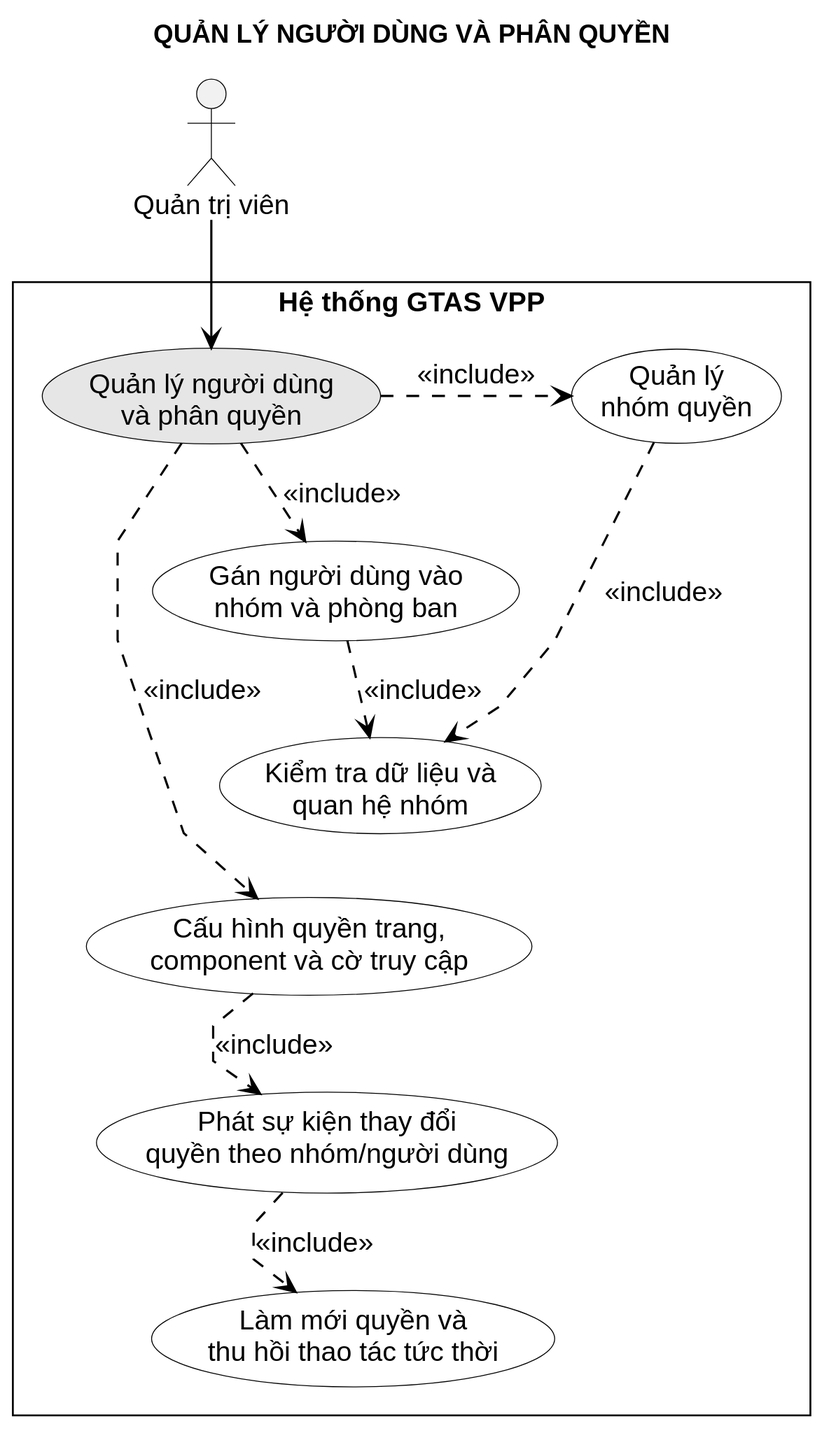
Above: LVTN/diagrams/ch03/use-case-manage-permissions.svg in Miikey24s/gtas_vpp (PlantUML), before the change. The source it was exported from:
```plantuml
@startuml
!include ../common/usecase-style.puml
title QUẢN LÝ NGƯỜI DÙNG VÀ PHÂN QUYỀN

actor "Quản trị viên" as Admin

rectangle "Hệ thống GTAS VPP" {
  usecase "Quản lý người dùng\nvà phân quyền" as Manage #E6E6E6
  usecase "Quản lý\nnhóm quyền" as Group
  usecase "Gán người dùng vào\nnhóm và phòng ban" as Assignment
  usecase "Cấu hình quyền trang,\ncomponent và cờ truy cập" as Permission
  usecase "Kiểm tra dữ liệu và\nquan hệ nhóm" as Validate
  usecase "Phát sự kiện thay đổi\nquyền theo nhóm/người dùng" as Notify
  usecase "Làm mới quyền và\nthu hồi thao tác tức thời" as Refresh

  Manage -[hidden]right- Group
  Manage .> Group : <<include>>
  Manage .> Assignment : <<include>>
  Manage .> Permission : <<include>>
  Group .> Validate : <<include>>
  Assignment .> Validate : <<include>>
  Permission .> Notify : <<include>>
  Notify .> Refresh : <<include>>

  Group -[hidden]down- Assignment
  Assignment -[hidden]down- Validate
  Validate -[hidden]down- Permission
  Permission -[hidden]down- Notify
  Notify -[hidden]down- Refresh
}

Admin --> Manage
@enduml
```
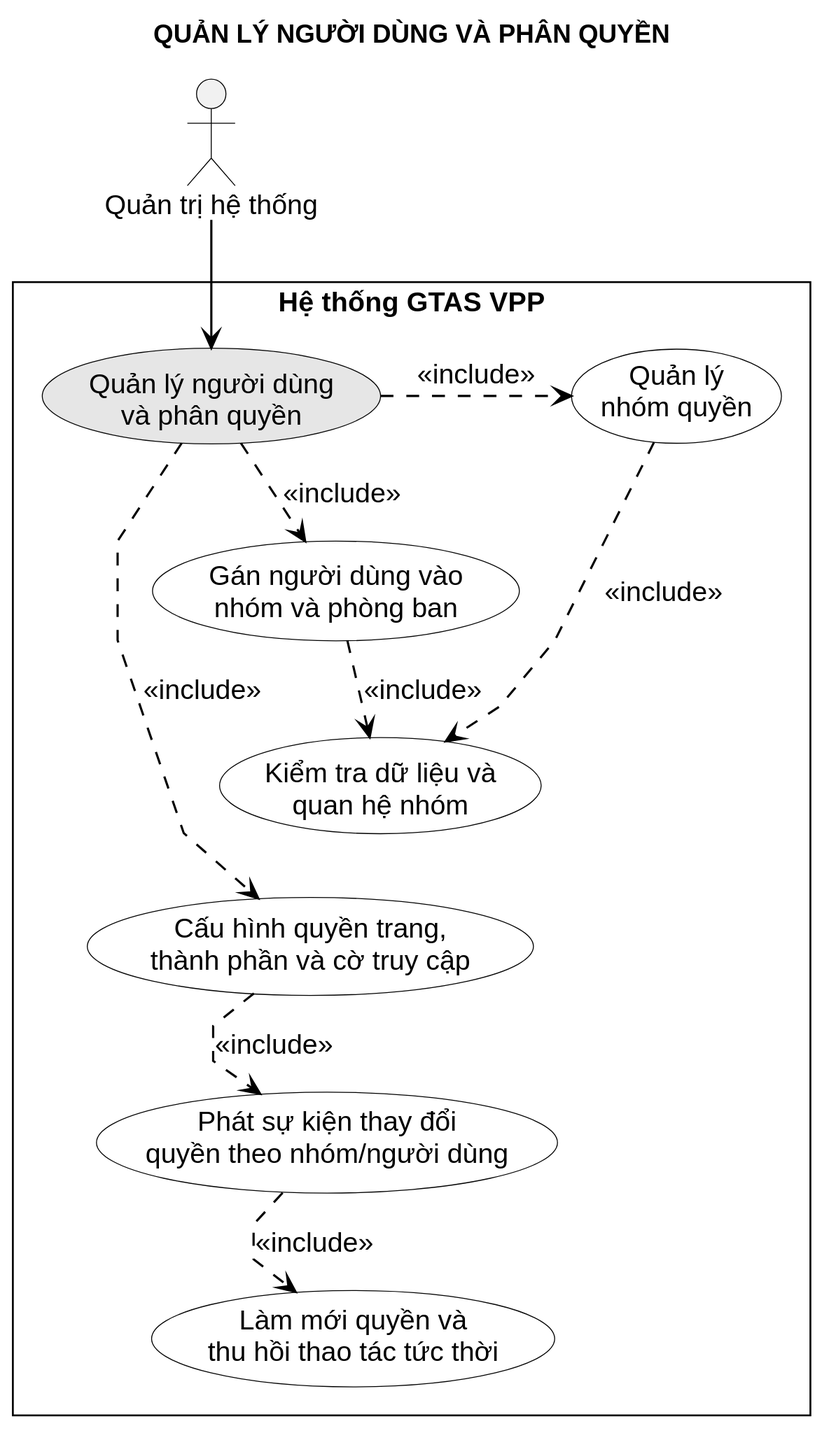
The same file after the commit.

What changed in the source:
```diff
@@ -2,13 +2,13 @@
 !include ../common/usecase-style.puml
 title QUẢN LÝ NGƯỜI DÙNG VÀ PHÂN QUYỀN
 
-actor "Quản trị viên" as Admin
+actor "Quản trị hệ thống" as Admin
 
 rectangle "Hệ thống GTAS VPP" {
   usecase "Quản lý người dùng\nvà phân quyền" as Manage #E6E6E6
   usecase "Quản lý\nnhóm quyền" as Group
   usecase "Gán người dùng vào\nnhóm và phòng ban" as Assignment
-  usecase "Cấu hình quyền trang,\ncomponent và cờ truy cập" as Permission
+  usecase "Cấu hình quyền trang,\nthành phần và cờ truy cập" as Permission
   usecase "Kiểm tra dữ liệu và\nquan hệ nhóm" as Validate
   usecase "Phát sự kiện thay đổi\nquyền theo nhóm/người dùng" as Notify
   usecase "Làm mới quyền và\nthu hồi thao tác tức thời" as Refresh
```
